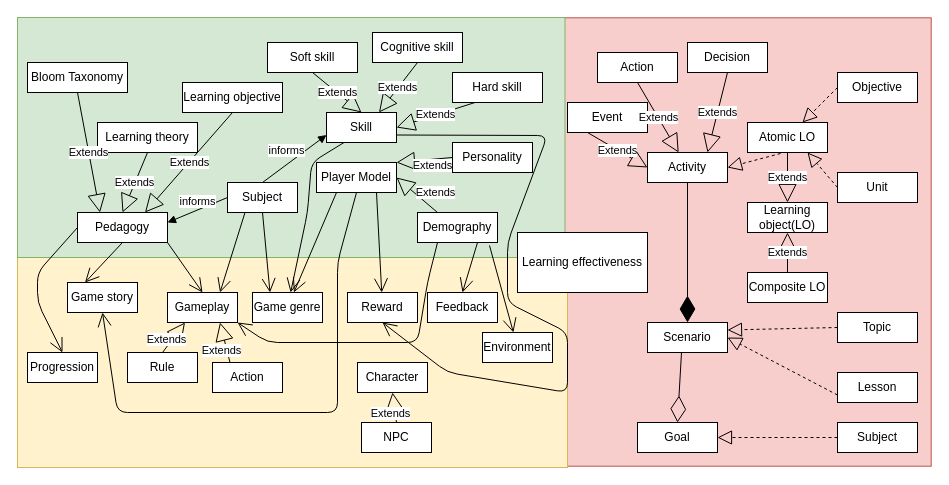
Earlier version of the draw.io diagram page "TheModel" (1 of 6) of TheModel.drawio (Kibolabs/Diagrams). Source tidied: cells renumbered, new cells numbered last; positions are measured from the earlier drawing's top-left corner, leaving out a move shared by most shapes. Both pictures are drawn from the tidied source at 100%, with x=0, y=0 at pixel (17, 17).
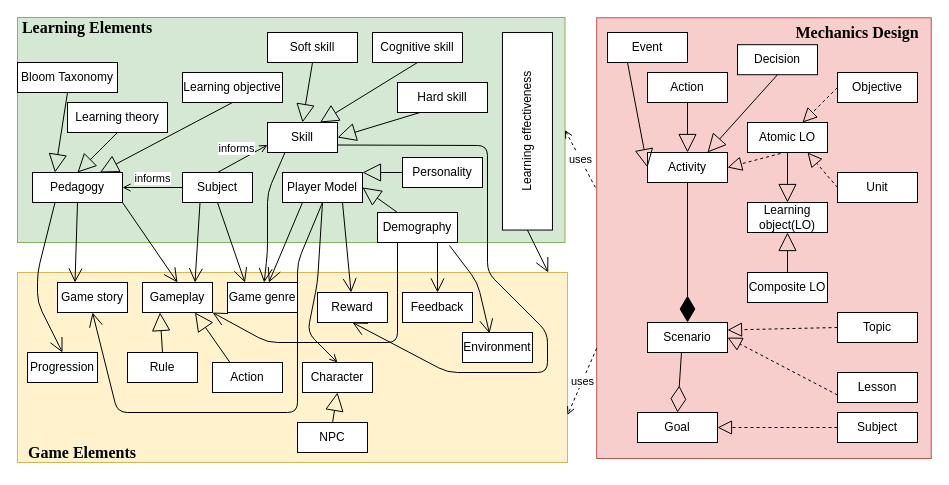
The same page after the edit.

Unchanged cells that the change refers to:
```xml
<mxCell id="14" value="Cognitive skill" style="rounded=0;whiteSpace=wrap;html=1;" parent="1" vertex="1">
  <mxGeometry x="355" y="15" width="90" height="30" as="geometry" />
</mxCell>
<mxCell id="30" value="Rule" style="rounded=0;whiteSpace=wrap;html=1;" parent="1" vertex="1">
  <mxGeometry x="110" y="335" width="70" height="30" as="geometry" />
</mxCell>
<mxCell id="31" value="Action" style="rounded=0;whiteSpace=wrap;html=1;" parent="1" vertex="1">
  <mxGeometry x="195" y="345" width="70" height="30" as="geometry" />
</mxCell>
<mxCell id="39" value="Activity" style="rounded=0;whiteSpace=wrap;html=1;" parent="1" vertex="1">
  <mxGeometry x="630" y="135" width="80" height="30" as="geometry" />
</mxCell>
<mxCell id="44" value="Learning object(LO)" style="rounded=0;whiteSpace=wrap;html=1;" parent="1" vertex="1">
  <mxGeometry x="730" y="185" width="80" height="30" as="geometry" />
</mxCell>
<mxCell id="45" value="Composite LO" style="rounded=0;whiteSpace=wrap;html=1;" parent="1" vertex="1">
  <mxGeometry x="730" y="255" width="80" height="30" as="geometry" />
</mxCell>
<mxCell id="46" value="Atomic LO" style="rounded=0;whiteSpace=wrap;html=1;" parent="1" vertex="1">
  <mxGeometry x="730" y="105" width="80" height="30" as="geometry" />
</mxCell>
<mxCell id="66" value="Progression" style="rounded=0;whiteSpace=wrap;html=1;" parent="1" vertex="1">
  <mxGeometry x="10" y="335" width="70" height="30" as="geometry" />
</mxCell>
```

The edit, as a diff of the source:
```diff
@@
     <mxCell id="2" style="rounded=0;whiteSpace=wrap;html=1;rotation=-90;fillColor=#f8cecc;strokeColor=#b85450;" parent="1" vertex="1">
-      <mxGeometry x="504.5" y="39.5" width="448.4" height="370" as="geometry" />
+      <mxGeometry x="526.1" y="53.4" width="440.7" height="334.5" as="geometry" />
     </mxCell>
     <mxCell id="3" style="rounded=0;whiteSpace=wrap;html=1;fillColor=#fff2cc;strokeColor=#d6b656;" parent="1" vertex="1">
-      <mxGeometry y="235" width="550" height="215" as="geometry" />
+      <mxGeometry y="255" width="550" height="190" as="geometry" />
     </mxCell>
     <mxCell id="4" style="rounded=0;whiteSpace=wrap;html=1;fillColor=#d5e8d4;strokeColor=#82b366;" parent="1" vertex="1">
-      <mxGeometry width="547.5" height="240" as="geometry" />
+      <mxGeometry width="547.5" height="225" as="geometry" />
     </mxCell>
     <mxCell id="5" value="Player Model" style="rounded=0;whiteSpace=wrap;html=1;" parent="1" vertex="1">
-      <mxGeometry x="299" y="145" width="80" height="30" as="geometry" />
+      <mxGeometry x="265" y="155" width="80" height="30" as="geometry" />
     </mxCell>
     <mxCell id="6" value="Subject" style="rounded=0;whiteSpace=wrap;html=1;" parent="1" vertex="1">
-      <mxGeometry x="210" y="165" width="70" height="30" as="geometry" />
+      <mxGeometry x="165" y="155" width="70" height="30" as="geometry" />
     </mxCell>
     <mxCell id="7" value="Bloom Taxonomy" style="rounded=0;whiteSpace=wrap;html=1;" parent="1" vertex="1">
-      <mxGeometry x="10" y="45" width="100" height="30" as="geometry" />
+      <mxGeometry y="45" width="100" height="30" as="geometry" />
     </mxCell>
     <mxCell id="8" value="Pedagogy" style="rounded=0;whiteSpace=wrap;html=1;" parent="1" vertex="1">
-      <mxGeometry x="60" y="195" width="90" height="30" as="geometry" />
+      <mxGeometry x="15" y="155" width="90" height="30" as="geometry" />
     </mxCell>
     <mxCell id="9" value="Learning objective" style="rounded=0;whiteSpace=wrap;html=1;" parent="1" vertex="1">
-      <mxGeometry x="165" y="65" width="100" height="30" as="geometry" />
+      <mxGeometry x="165" y="55" width="100" height="30" as="geometry" />
     </mxCell>
     <mxCell id="10" value="Learning theory" style="rounded=0;whiteSpace=wrap;html=1;" parent="1" vertex="1">
-      <mxGeometry x="80" y="105" width="100" height="30" as="geometry" />
+      <mxGeometry x="50" y="85" width="100" height="30" as="geometry" />
     </mxCell>
     <mxCell id="11" value="Skill" style="rounded=0;whiteSpace=wrap;html=1;" parent="1" vertex="1">
-      <mxGeometry x="309" y="95" width="70" height="30" as="geometry" />
+      <mxGeometry x="250" y="105" width="70" height="30" as="geometry" />
     </mxCell>
     <mxCell id="12" value="Soft skill" style="rounded=0;whiteSpace=wrap;html=1;" parent="1" vertex="1">
-      <mxGeometry x="250" y="25" width="90" height="30" as="geometry" />
+      <mxGeometry x="250" y="15" width="90" height="30" as="geometry" />
     </mxCell>
     <mxCell id="13" value="Hard skill" style="rounded=0;whiteSpace=wrap;html=1;" parent="1" vertex="1">
-      <mxGeometry x="435" y="55" width="90" height="30" as="geometry" />
+      <mxGeometry x="380" y="65" width="90" height="30" as="geometry" />
     </mxCell>
@@
     <mxCell id="15" value="Demography" style="rounded=0;whiteSpace=wrap;html=1;" parent="1" vertex="1">
-      <mxGeometry x="400" y="195" width="80" height="30" as="geometry" />
+      <mxGeometry x="360" y="195" width="80" height="30" as="geometry" />
     </mxCell>
     <mxCell id="16" value="Personality" style="rounded=0;whiteSpace=wrap;html=1;" parent="1" vertex="1">
-      <mxGeometry x="435" y="125" width="80" height="30" as="geometry" />
+      <mxGeometry x="385" y="140" width="80" height="30" as="geometry" />
     </mxCell>
-    <mxCell id="17" value="Extends" style="endArrow=block;endSize=16;endFill=0;html=1;exitX=0.5;exitY=1;exitDx=0;exitDy=0;entryX=0.5;entryY=0;entryDx=0;entryDy=0;" parent="1" edge="1" source="10" target="8">
+    <mxCell id="17" style="endArrow=block;endSize=16;endFill=0;html=1;exitX=0.5;exitY=1;exitDx=0;exitDy=0;entryX=0.5;entryY=0;entryDx=0;entryDy=0;" parent="1" edge="1" source="10" target="8">
       <mxGeometry relative="1" as="geometry" />
     </mxCell>
-    <mxCell id="18" value="Extends" style="endArrow=block;endSize=16;endFill=0;html=1;exitX=0.5;exitY=1;exitDx=0;exitDy=0;entryX=0.25;entryY=0;entryDx=0;entryDy=0;" parent="1" edge="1" source="7" target="8">
+    <mxCell id="18" style="endArrow=block;endSize=16;endFill=0;html=1;exitX=0.5;exitY=1;exitDx=0;exitDy=0;entryX=0.25;entryY=0;entryDx=0;entryDy=0;" parent="1" edge="1" source="7" target="8">
       <mxGeometry relative="1" as="geometry" />
     </mxCell>
-    <mxCell id="19" value="Extends" style="endArrow=block;endSize=16;endFill=0;html=1;exitX=0.5;exitY=1;exitDx=0;exitDy=0;entryX=0.75;entryY=0;entryDx=0;entryDy=0;" parent="1" edge="1" source="9" target="8">
+    <mxCell id="19" style="endArrow=block;endSize=16;endFill=0;html=1;exitX=0.5;exitY=1;exitDx=0;exitDy=0;entryX=0.75;entryY=0;entryDx=0;entryDy=0;" parent="1" edge="1" source="9" target="8">
       <mxGeometry relative="1" as="geometry" />
     </mxCell>
-    <mxCell id="20" value="Extends" style="endArrow=block;endSize=16;endFill=0;html=1;exitX=0.5;exitY=1;exitDx=0;exitDy=0;entryX=0.5;entryY=0;entryDx=0;entryDy=0;" parent="1" edge="1" source="12" target="11">
+    <mxCell id="20" style="endArrow=block;endSize=16;endFill=0;html=1;exitX=0.5;exitY=1;exitDx=0;exitDy=0;entryX=0.5;entryY=0;entryDx=0;entryDy=0;" parent="1" edge="1" source="12" target="11">
       <mxGeometry relative="1" as="geometry" />
     </mxCell>
-    <mxCell id="21" value="Extends" style="endArrow=block;endSize=16;endFill=0;html=1;exitX=0.25;exitY=1;exitDx=0;exitDy=0;entryX=1;entryY=0.5;entryDx=0;entryDy=0;" parent="1" edge="1" source="13" target="11">
+    <mxCell id="21" style="endArrow=block;endSize=16;endFill=0;html=1;exitX=0.25;exitY=1;exitDx=0;exitDy=0;entryX=1;entryY=0.5;entryDx=0;entryDy=0;" parent="1" edge="1" source="13" target="11">
       <mxGeometry relative="1" as="geometry" />
     </mxCell>
-    <mxCell id="22" value="Extends" style="endArrow=block;endSize=16;endFill=0;html=1;exitX=0.5;exitY=1;exitDx=0;exitDy=0;entryX=0.75;entryY=0;entryDx=0;entryDy=0;" parent="1" edge="1" source="14" target="11">
+    <mxCell id="22" style="endArrow=block;endSize=16;endFill=0;html=1;exitX=0.5;exitY=1;exitDx=0;exitDy=0;entryX=0.75;entryY=0;entryDx=0;entryDy=0;" parent="1" edge="1" source="14" target="11">
       <mxGeometry relative="1" as="geometry" />
     </mxCell>
-    <mxCell id="23" value="Extends" style="endArrow=block;endSize=16;endFill=0;html=1;exitX=0.25;exitY=0;exitDx=0;exitDy=0;entryX=1;entryY=0.5;entryDx=0;entryDy=0;" parent="1" edge="1" source="15" target="5">
+    <mxCell id="23" style="endArrow=block;endSize=16;endFill=0;html=1;exitX=0.25;exitY=0;exitDx=0;exitDy=0;entryX=1;entryY=0.5;entryDx=0;entryDy=0;" parent="1" edge="1" source="15" target="5">
       <mxGeometry x="-0.44" y="-14" relative="1" as="geometry" />
     </mxCell>
-    <mxCell id="24" value="Extends" style="endArrow=block;endSize=16;endFill=0;html=1;exitX=0;exitY=0.5;exitDx=0;exitDy=0;entryX=1;entryY=0;entryDx=0;entryDy=0;" parent="1" edge="1" source="16" target="5">
+    <mxCell id="24" style="endArrow=block;endSize=16;endFill=0;html=1;exitX=0;exitY=0.5;exitDx=0;exitDy=0;entryX=1;entryY=0;entryDx=0;entryDy=0;" parent="1" edge="1" source="16" target="5">
       <mxGeometry x="-0.24" y="6" relative="1" as="geometry" />
     </mxCell>
-    <mxCell id="25" value="Learning effectiveness" style="rounded=0;whiteSpace=wrap;html=1;" parent="1" vertex="1">
-      <mxGeometry x="500" y="215" width="130" height="60" as="geometry" />
+    <mxCell id="25" value="Learning effectiveness" style="rounded=0;whiteSpace=wrap;html=1;rotation=-90;" parent="1" vertex="1">
+      <mxGeometry x="411.2" y="88.8" width="197.5" height="50" as="geometry" />
     </mxCell>
     <mxCell id="26" value="Game genre" style="rounded=0;whiteSpace=wrap;html=1;" parent="1" vertex="1">
-      <mxGeometry x="235" y="275" width="70" height="30" as="geometry" />
+      <mxGeometry x="210" y="265" width="70" height="30" as="geometry" />
     </mxCell>
     <mxCell id="27" value="Game story" style="rounded=0;whiteSpace=wrap;html=1;" parent="1" vertex="1">
-      <mxGeometry x="50" y="265" width="70" height="30" as="geometry" />
+      <mxGeometry x="40" y="265" width="70" height="30" as="geometry" />
     </mxCell>
     <mxCell id="28" value="Feedback" style="rounded=0;whiteSpace=wrap;html=1;" parent="1" vertex="1">
-      <mxGeometry x="410" y="275" width="70" height="30" as="geometry" />
+      <mxGeometry x="385" y="275" width="70" height="30" as="geometry" />
     </mxCell>
     <mxCell id="29" value="Gameplay" style="rounded=0;whiteSpace=wrap;html=1;" parent="1" vertex="1">
-      <mxGeometry x="150" y="275" width="70" height="30" as="geometry" />
+      <mxGeometry x="125" y="265" width="70" height="30" as="geometry" />
     </mxCell>
@@
     <mxCell id="32" value="Reward" style="rounded=0;whiteSpace=wrap;html=1;" parent="1" vertex="1">
-      <mxGeometry x="330" y="275" width="70" height="30" as="geometry" />
+      <mxGeometry x="300" y="275" width="70" height="30" as="geometry" />
     </mxCell>
     <mxCell id="33" value="Environment" style="rounded=0;whiteSpace=wrap;html=1;" parent="1" vertex="1">
-      <mxGeometry x="465" y="315" width="70" height="30" as="geometry" />
+      <mxGeometry x="445" y="315" width="70" height="30" as="geometry" />
     </mxCell>
     <mxCell id="34" value="Character" style="rounded=0;whiteSpace=wrap;html=1;" parent="1" vertex="1">
-      <mxGeometry x="340" y="345" width="70" height="30" as="geometry" />
+      <mxGeometry x="285" y="345" width="70" height="30" as="geometry" />
     </mxCell>
     <mxCell id="35" value="NPC" style="rounded=0;whiteSpace=wrap;html=1;" parent="1" vertex="1">
-      <mxGeometry x="344" y="405" width="70" height="30" as="geometry" />
+      <mxGeometry x="280" y="405" width="70" height="30" as="geometry" />
     </mxCell>
-    <mxCell id="36" value="Extends" style="endArrow=block;endSize=16;endFill=0;html=1;entryX=0.5;entryY=1;entryDx=0;entryDy=0;exitX=0.5;exitY=0;exitDx=0;exitDy=0;" parent="1" edge="1" source="35" target="34">
+    <mxCell id="36" style="endArrow=block;endSize=16;endFill=0;html=1;entryX=0.5;entryY=1;entryDx=0;entryDy=0;exitX=0.5;exitY=0;exitDx=0;exitDy=0;" parent="1" edge="1" source="35" target="34">
       <mxGeometry x="-0.33" y="5" relative="1" as="geometry" />
     </mxCell>
-    <mxCell id="37" value="Extends" style="endArrow=block;endSize=16;endFill=0;html=1;entryX=0.25;entryY=1;entryDx=0;entryDy=0;exitX=0.5;exitY=0;exitDx=0;exitDy=0;" parent="1" edge="1" source="30" target="29">
+    <mxCell id="37" style="endArrow=block;endSize=16;endFill=0;html=1;entryX=0.25;entryY=1;entryDx=0;entryDy=0;exitX=0.5;exitY=0;exitDx=0;exitDy=0;" parent="1" edge="1" source="30" target="29">
       <mxGeometry x="-0.33" y="5" relative="1" as="geometry" />
     </mxCell>
-    <mxCell id="38" value="Extends" style="endArrow=block;endSize=16;endFill=0;html=1;entryX=0.75;entryY=1;entryDx=0;entryDy=0;exitX=0.25;exitY=0;exitDx=0;exitDy=0;" parent="1" edge="1" source="31" target="29">
+    <mxCell id="38" style="endArrow=block;endSize=16;endFill=0;html=1;entryX=0.75;entryY=1;entryDx=0;entryDy=0;exitX=0.25;exitY=0;exitDx=0;exitDy=0;" parent="1" edge="1" source="31" target="29">
       <mxGeometry x="-0.33" y="5" relative="1" as="geometry" />
     </mxCell>
@@
     <mxCell id="41" value="Goal" style="rounded=0;whiteSpace=wrap;html=1;" parent="1" vertex="1">
-      <mxGeometry x="620" y="405" width="80" height="30" as="geometry" />
+      <mxGeometry x="620" y="395" width="80" height="30" as="geometry" />
     </mxCell>
@@
     <mxCell id="47" value="Action" style="rounded=0;whiteSpace=wrap;html=1;" parent="1" vertex="1">
-      <mxGeometry x="580" y="35" width="80" height="30" as="geometry" />
+      <mxGeometry x="630" y="55" width="80" height="30" as="geometry" />
     </mxCell>
     <mxCell id="48" value="Event" style="rounded=0;whiteSpace=wrap;html=1;" parent="1" vertex="1">
-      <mxGeometry x="550" y="85" width="80" height="30" as="geometry" />
+      <mxGeometry x="590" y="15" width="80" height="30" as="geometry" />
     </mxCell>
     <mxCell id="49" value="Decision" style="rounded=0;whiteSpace=wrap;html=1;" parent="1" vertex="1">
-      <mxGeometry x="670" y="25" width="80" height="30" as="geometry" />
+      <mxGeometry x="720" y="27.2" width="80" height="30" as="geometry" />
     </mxCell>
-    <mxCell id="50" value="Extends" style="endArrow=block;endSize=16;endFill=0;html=1;exitX=0.5;exitY=1;exitDx=0;exitDy=0;" parent="1" edge="1" source="47" target="39">
+    <mxCell id="50" style="endArrow=block;endSize=16;endFill=0;html=1;exitX=0.5;exitY=1;exitDx=0;exitDy=0;" parent="1" edge="1" source="47" target="39">
       <mxGeometry relative="1" as="geometry" />
     </mxCell>
-    <mxCell id="51" value="Extends" style="endArrow=block;endSize=16;endFill=0;html=1;exitX=0.5;exitY=1;exitDx=0;exitDy=0;entryX=0.75;entryY=0;entryDx=0;entryDy=0;" parent="1" edge="1" source="49" target="39">
+    <mxCell id="51" style="endArrow=block;endSize=16;endFill=0;html=1;exitX=0.5;exitY=1;exitDx=0;exitDy=0;entryX=0.75;entryY=0;entryDx=0;entryDy=0;" parent="1" edge="1" source="49" target="39">
       <mxGeometry relative="1" as="geometry" />
     </mxCell>
-    <mxCell id="52" value="Extends" style="endArrow=block;endSize=16;endFill=0;html=1;exitX=0.25;exitY=1;exitDx=0;exitDy=0;entryX=0;entryY=0.5;entryDx=0;entryDy=0;" parent="1" edge="1" source="48" target="39">
+    <mxCell id="52" style="endArrow=block;endSize=16;endFill=0;html=1;exitX=0.25;exitY=1;exitDx=0;exitDy=0;entryX=0;entryY=0.5;entryDx=0;entryDy=0;" parent="1" edge="1" source="48" target="39">
       <mxGeometry relative="1" as="geometry" />
     </mxCell>
@@
-    <mxCell id="54" value="Extends" style="endArrow=block;endSize=16;endFill=0;html=1;exitX=0.5;exitY=1;exitDx=0;exitDy=0;entryX=0.5;entryY=0;entryDx=0;entryDy=0;" parent="1" edge="1" source="46" target="44">
+    <mxCell id="54" style="endArrow=block;endSize=16;endFill=0;html=1;exitX=0.5;exitY=1;exitDx=0;exitDy=0;entryX=0.5;entryY=0;entryDx=0;entryDy=0;" parent="1" edge="1" source="46" target="44">
       <mxGeometry relative="1" as="geometry" />
     </mxCell>
-    <mxCell id="55" value="Extends" style="endArrow=block;endSize=16;endFill=0;html=1;exitX=0.5;exitY=0;exitDx=0;exitDy=0;entryX=0.5;entryY=1;entryDx=0;entryDy=0;" parent="1" edge="1" source="45" target="44">
+    <mxCell id="55" style="endArrow=block;endSize=16;endFill=0;html=1;exitX=0.5;exitY=0;exitDx=0;exitDy=0;entryX=0.5;entryY=1;entryDx=0;entryDy=0;" parent="1" edge="1" source="45" target="44">
       <mxGeometry relative="1" as="geometry" />
     </mxCell>
@@
     <mxCell id="59" value="Subject" style="rounded=0;whiteSpace=wrap;html=1;" parent="1" vertex="1">
-      <mxGeometry x="820" y="405" width="80" height="30" as="geometry" />
+      <mxGeometry x="820" y="395" width="80" height="30" as="geometry" />
     </mxCell>
@@
-    <mxCell id="67" style="endArrow=open;endFill=1;endSize=12;html=1;entryX=0.5;entryY=0;entryDx=0;entryDy=0;exitX=0;exitY=0.5;exitDx=0;exitDy=0;" parent="1" edge="1" source="8" target="66">
+    <mxCell id="67" style="endArrow=open;endFill=1;endSize=12;html=1;entryX=0.5;entryY=0;entryDx=0;entryDy=0;exitX=0.25;exitY=1;exitDx=0;exitDy=0;" parent="1" edge="1" source="8" target="66">
       <mxGeometry relative="1" as="geometry">
         <Array as="points">
           <mxPoint x="20" y="255" />
           <mxPoint x="20" y="285" />
         </Array>
       </mxGeometry>
     </mxCell>
@@
     <mxCell id="72" style="endArrow=open;endFill=1;endSize=12;html=1;exitX=0.5;exitY=1;exitDx=0;exitDy=0;entryX=0.5;entryY=1;entryDx=0;entryDy=0;" parent="1" edge="1" source="5" target="27">
       <mxGeometry relative="1" as="geometry">
         <Array as="points">
-          <mxPoint x="320" y="245" />
-          <mxPoint x="320" y="395" />
+          <mxPoint x="280" y="245" />
+          <mxPoint x="280" y="395" />
           <mxPoint x="100" y="395" />
         </Array>
       </mxGeometry>
     </mxCell>
@@
     <mxCell id="75" style="endArrow=open;endFill=1;endSize=12;html=1;exitX=0.25;exitY=1;exitDx=0;exitDy=0;" parent="1" edge="1" source="11" target="26">
       <mxGeometry relative="1" as="geometry">
         <Array as="points">
-          <mxPoint x="294" y="145" />
-          <mxPoint x="290" y="195" />
+          <mxPoint x="250" y="175" />
+          <mxPoint x="250" y="235" />
         </Array>
       </mxGeometry>
     </mxCell>
     <mxCell id="76" style="endArrow=open;endFill=1;endSize=12;html=1;exitX=1;exitY=0.75;exitDx=0;exitDy=0;entryX=0.5;entryY=1;entryDx=0;entryDy=0;" parent="1" edge="1" source="11" target="32">
       <mxGeometry relative="1" as="geometry">
         <Array as="points">
-          <mxPoint x="530" y="118" />
-          <mxPoint x="490" y="225" />
-          <mxPoint x="490" y="285" />
-          <mxPoint x="550" y="315" />
-          <mxPoint x="550" y="375" />
+          <mxPoint x="470" y="128" />
+          <mxPoint x="470" y="255" />
+          <mxPoint x="530" y="315" />
+          <mxPoint x="530" y="355" />
           <mxPoint x="430" y="355" />
         </Array>
       </mxGeometry>
     </mxCell>
-    <mxCell id="77" style="endArrow=open;endFill=1;endSize=12;html=1;exitX=0.9;exitY=1.1;exitDx=0;exitDy=0;exitPerimeter=0;" parent="1" edge="1" source="15" target="33">
-      <mxGeometry relative="1" as="geometry" />
+    <mxCell id="77" style="endArrow=open;endFill=1;endSize=12;html=1;exitX=0.9;exitY=1.1;exitDx=0;exitDy=0;exitPerimeter=0;entryX=0.386;entryY=0.033;entryDx=0;entryDy=0;entryPerimeter=0;" parent="1" edge="1" source="15" target="33">
+      <mxGeometry relative="1" as="geometry">
+        <Array as="points">
+          <mxPoint x="460" y="265" />
+        </Array>
+      </mxGeometry>
     </mxCell>
@@
     <mxCell id="79" style="endArrow=open;endFill=1;endSize=12;html=1;entryX=1;entryY=1;entryDx=0;entryDy=0;exitX=0.25;exitY=1;exitDx=0;exitDy=0;" parent="1" edge="1" source="15" target="29">
       <mxGeometry relative="1" as="geometry">
         <Array as="points">
-          <mxPoint x="410" y="265" />
-          <mxPoint x="400" y="325" />
+          <mxPoint x="380" y="265" />
+          <mxPoint x="380" y="325" />
           <mxPoint x="250" y="325" />
         </Array>
       </mxGeometry>
     </mxCell>
-    <mxCell id="80" value="informs" style="html=1;verticalAlign=bottom;endArrow=block;entryX=0;entryY=0.75;entryDx=0;entryDy=0;exitX=0.5;exitY=0;exitDx=0;exitDy=0;" parent="1" edge="1" source="6" target="11">
+    <mxCell id="80" value="informs" style="html=1;verticalAlign=bottom;endArrow=open;entryX=0;entryY=0.75;entryDx=0;entryDy=0;exitX=0.5;exitY=0;exitDx=0;exitDy=0;endFill=0;" parent="1" edge="1" source="6" target="11">
       <mxGeometry x="-0.17" y="4" relative="1" as="geometry" />
     </mxCell>
-    <mxCell id="81" value="informs" style="html=1;verticalAlign=bottom;endArrow=block;exitX=0;exitY=0.5;exitDx=0;exitDy=0;" parent="1" edge="1" source="6">
-      <mxGeometry relative="1" as="geometry">
-        <mxPoint x="150" y="205" as="targetPoint" />
-      </mxGeometry>
+    <mxCell id="81" value="informs" style="html=1;verticalAlign=bottom;endArrow=open;exitX=0;exitY=0.5;exitDx=0;exitDy=0;entryX=1;entryY=0.5;entryDx=0;entryDy=0;endFill=0;" parent="1" edge="1" source="6" target="8">
+      <mxGeometry relative="1" as="geometry" />
     </mxCell>
+    <mxCell id="82" style="endArrow=open;html=1;exitX=0.5;exitY=1;exitDx=0;exitDy=0;entryX=0.5;entryY=0;entryDx=0;entryDy=0;rounded=1;startArrow=none;startFill=0;endFill=0;" parent="1" edge="1" source="5" target="34">
+      <mxGeometry relative="1" as="geometry">
+        <Array as="points">
+          <mxPoint x="300" y="265" />
+          <mxPoint x="290" y="315" />
+        </Array>
+      </mxGeometry>
+    </mxCell>
+    <mxCell id="83" value="uses" style="endArrow=open;html=1;exitX=0.615;exitY=-0.004;exitDx=0;exitDy=0;exitPerimeter=0;entryX=1;entryY=0.5;entryDx=0;entryDy=0;endFill=0;dashed=1;" parent="1" edge="1" source="2" target="4">
+      <mxGeometry relative="1" as="geometry" />
+    </mxCell>
+    <mxCell id="84" value="uses" style="endArrow=open;html=1;exitX=0.25;exitY=0;exitDx=0;exitDy=0;entryX=1;entryY=0.75;entryDx=0;entryDy=0;endFill=0;dashed=1;" parent="1" edge="1" source="2" target="3">
+      <mxGeometry relative="1" as="geometry" />
+    </mxCell>
+    <mxCell id="85" value="&lt;b&gt;&lt;font face=&quot;Times New Roman&quot; style=&quot;font-size: 16px&quot;&gt;Learning Elements&lt;/font&gt;&lt;/b&gt;" style="text;html=1;strokeColor=none;fillColor=none;align=center;verticalAlign=middle;whiteSpace=wrap;rounded=0;" parent="1" vertex="1">
+      <mxGeometry width="140" height="20" as="geometry" />
+    </mxCell>
+    <mxCell id="86" value="&lt;b&gt;&lt;font face=&quot;Times New Roman&quot; style=&quot;font-size: 16px&quot;&gt;Game Elements&lt;/font&gt;&lt;/b&gt;" style="text;html=1;strokeColor=none;fillColor=none;align=center;verticalAlign=middle;whiteSpace=wrap;rounded=0;" parent="1" vertex="1">
+      <mxGeometry y="425" width="130" height="20" as="geometry" />
+    </mxCell>
+    <mxCell id="87" value="&lt;b&gt;&lt;font face=&quot;Times New Roman&quot; style=&quot;font-size: 16px&quot;&gt;Mechanics Design&lt;/font&gt;&lt;/b&gt;" style="text;html=1;strokeColor=none;fillColor=none;align=center;verticalAlign=middle;whiteSpace=wrap;rounded=0;" parent="1" vertex="1">
+      <mxGeometry x="770" y="5" width="140" height="20" as="geometry" />
+    </mxCell>
+    <mxCell id="88" style="endArrow=open;endFill=1;endSize=12;html=1;exitX=0;exitY=0.5;exitDx=0;exitDy=0;entryX=0.965;entryY=0;entryDx=0;entryDy=0;entryPerimeter=0;" parent="1" edge="1" source="25" target="3">
+      <mxGeometry relative="1" as="geometry" />
+    </mxCell>
```
